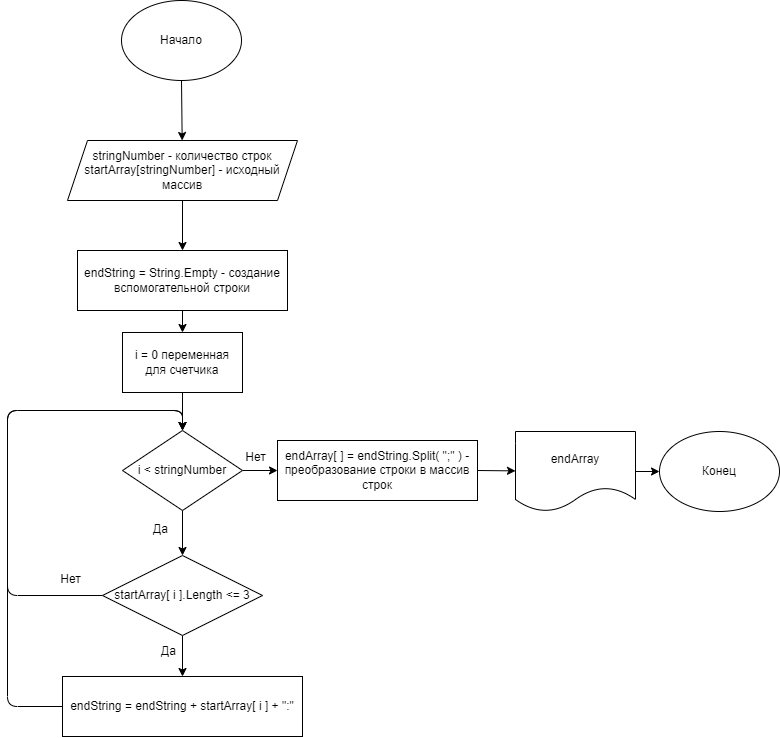
VasiliyMikhaylov91/FirstControlTest keeps this draw.io diagram as Block diagram.drawio.png. Above is the earlier version. Source tidied: cells renumbered, new cells last; positions are measured from the earlier drawing's top-left corner, leaving out a move shared by most shapes.
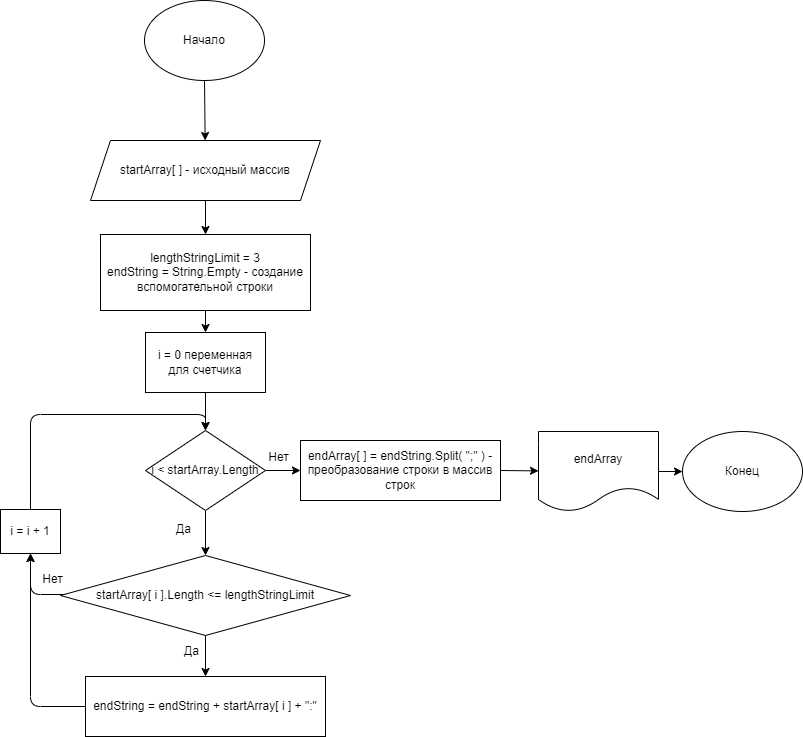
After the commit.

Commit message:
Correct block diagram with code

The edit, as a diff of the source:
```diff
@@ -16,14 +16,14 @@
     <mxCell id="5" style="edgeStyle=none;html=1;exitX=0.5;exitY=1;exitDx=0;exitDy=0;entryX=0.5;entryY=0;entryDx=0;entryDy=0;" parent="1" edge="1" source="6" target="8">
       <mxGeometry relative="1" as="geometry" />
     </mxCell>
-    <mxCell id="6" value="stringNumber - количество строк&lt;br&gt;startArray[stringNumber] - исходный массив" style="shape=parallelogram;perimeter=parallelogramPerimeter;whiteSpace=wrap;html=1;fixedSize=1;" parent="1" vertex="1">
+    <mxCell id="6" value="startArray[ ] - исходный массив" style="shape=parallelogram;perimeter=parallelogramPerimeter;whiteSpace=wrap;html=1;fixedSize=1;" parent="1" vertex="1">
       <mxGeometry x="60" y="140" width="230" height="60" as="geometry" />
     </mxCell>
     <mxCell id="7" style="edgeStyle=none;html=1;exitX=0.5;exitY=1;exitDx=0;exitDy=0;entryX=0.5;entryY=0;entryDx=0;entryDy=0;" parent="1" edge="1" source="8" target="10">
       <mxGeometry relative="1" as="geometry" />
     </mxCell>
-    <mxCell id="8" value="endString = String.Empty - создание вспомогательной строки" style="rounded=0;whiteSpace=wrap;html=1;" parent="1" vertex="1">
-      <mxGeometry x="70" y="250" width="210" height="60" as="geometry" />
+    <mxCell id="8" value="lengthStringLimit = 3&lt;br&gt;endString = String.Empty - создание вспомогательной строки" style="rounded=0;whiteSpace=wrap;html=1;" parent="1" vertex="1">
+      <mxGeometry x="70" y="234" width="210" height="76" as="geometry" />
     </mxCell>
     <mxCell id="9" style="edgeStyle=none;html=1;exitX=0.5;exitY=1;exitDx=0;exitDy=0;entryX=0.5;entryY=0;entryDx=0;entryDy=0;" parent="1" edge="1" source="10" target="13">
       <mxGeometry relative="1" as="geometry" />
@@ -37,36 +37,33 @@
     <mxCell id="12" style="edgeStyle=none;html=1;exitX=1;exitY=0.5;exitDx=0;exitDy=0;entryX=0;entryY=0.5;entryDx=0;entryDy=0;" parent="1" edge="1" source="13" target="23">
       <mxGeometry relative="1" as="geometry" />
     </mxCell>
-    <mxCell id="13" value="i &amp;lt; stringNumber" style="rhombus;whiteSpace=wrap;html=1;" parent="1" vertex="1">
+    <mxCell id="13" value="i &amp;lt; startArray.Length" style="rhombus;whiteSpace=wrap;html=1;" parent="1" vertex="1">
       <mxGeometry x="115" y="430" width="120" height="80" as="geometry" />
     </mxCell>
     <mxCell id="14" style="edgeStyle=none;html=1;exitX=0.5;exitY=1;exitDx=0;exitDy=0;entryX=0.5;entryY=0;entryDx=0;entryDy=0;" parent="1" edge="1" source="16" target="19">
       <mxGeometry relative="1" as="geometry" />
     </mxCell>
-    <mxCell id="15" style="edgeStyle=none;html=1;exitX=0;exitY=0.5;exitDx=0;exitDy=0;entryX=0.5;entryY=0;entryDx=0;entryDy=0;" parent="1" edge="1" source="16" target="13">
-      <mxGeometry relative="1" as="geometry">
-        <Array as="points">
-          <mxPoint y="595" />
-          <mxPoint y="410" />
-          <mxPoint x="175" y="410" />
-        </Array>
-      </mxGeometry>
-    </mxCell>
+    <mxCell id="27" style="edgeStyle=none;html=1;entryX=0.5;entryY=1;entryDx=0;entryDy=0;" parent="1" edge="1" target="30">
+      <mxGeometry relative="1" as="geometry">
+        <mxPoint x="93" y="594" as="sourcePoint" />
+        <Array as="points">
+          <mxPoint y="594" />
+        </Array>
+      </mxGeometry>
+    </mxCell>
-    <mxCell id="16" value="startArray[ i ].Length &amp;lt;= 3" style="rhombus;whiteSpace=wrap;html=1;" parent="1" vertex="1">
-      <mxGeometry x="95" y="555" width="160" height="80" as="geometry" />
+    <mxCell id="16" value="startArray[ i ].Length &amp;lt;= lengthStringLimit" style="rhombus;whiteSpace=wrap;html=1;" parent="1" vertex="1">
+      <mxGeometry x="30" y="555" width="290" height="80" as="geometry" />
     </mxCell>
     <mxCell id="17" value="Да" style="text;html=1;align=center;verticalAlign=middle;strokeColor=none;fillColor=none;" parent="1" vertex="1">
       <mxGeometry x="138" y="519" width="30" height="20" as="geometry" />
     </mxCell>
-    <mxCell id="18" style="edgeStyle=none;html=1;exitX=0;exitY=0.5;exitDx=0;exitDy=0;entryX=0.5;entryY=0;entryDx=0;entryDy=0;" parent="1" edge="1" source="19" target="13">
-      <mxGeometry relative="1" as="geometry">
-        <Array as="points">
-          <mxPoint y="706" />
-          <mxPoint y="410" />
-          <mxPoint x="175" y="410" />
-        </Array>
-      </mxGeometry>
-    </mxCell>
+    <mxCell id="28" style="edgeStyle=none;html=1;exitX=0;exitY=0.5;exitDx=0;exitDy=0;entryX=0.5;entryY=1;entryDx=0;entryDy=0;" parent="1" edge="1" source="19" target="30">
+      <mxGeometry relative="1" as="geometry">
+        <Array as="points">
+          <mxPoint y="706" />
+        </Array>
+      </mxGeometry>
+    </mxCell>
     <mxCell id="19" value="endString = endString + startArray[ i ] + &quot;:&quot;" style="rounded=0;whiteSpace=wrap;html=1;" parent="1" vertex="1">
       <mxGeometry x="55" y="676" width="240" height="60" as="geometry" />
     </mxCell>
@@ -74,7 +71,7 @@
       <mxGeometry x="146" y="641" width="30" height="20" as="geometry" />
     </mxCell>
     <mxCell id="21" value="Нет" style="text;html=1;align=center;verticalAlign=middle;strokeColor=none;fillColor=none;" parent="1" vertex="1">
-      <mxGeometry x="43" y="569" width="40" height="20" as="geometry" />
+      <mxGeometry x="2" y="569" width="40" height="20" as="geometry" />
     </mxCell>
     <mxCell id="22" style="edgeStyle=none;html=1;exitX=1;exitY=0.5;exitDx=0;exitDy=0;" parent="1" edge="1" source="23" target="26">
       <mxGeometry relative="1" as="geometry" />
@@ -91,5 +88,16 @@
     <mxCell id="26" value="endArray" style="shape=document;whiteSpace=wrap;html=1;boundedLbl=1;" parent="1" vertex="1">
       <mxGeometry x="508" y="431" width="120" height="80" as="geometry" />
     </mxCell>
+    <mxCell id="29" style="edgeStyle=none;html=1;exitX=0.5;exitY=0;exitDx=0;exitDy=0;entryX=0.5;entryY=0;entryDx=0;entryDy=0;" parent="1" edge="1" source="30" target="13">
+      <mxGeometry relative="1" as="geometry">
+        <Array as="points">
+          <mxPoint y="414" />
+          <mxPoint x="175" y="414" />
+        </Array>
+      </mxGeometry>
+    </mxCell>
+    <mxCell id="30" value="i = i + 1" style="rounded=0;whiteSpace=wrap;html=1;" parent="1" vertex="1">
+      <mxGeometry x="-30" y="509" width="60" height="44" as="geometry" />
+    </mxCell>
   </root>
 </mxGraphModel>
```
